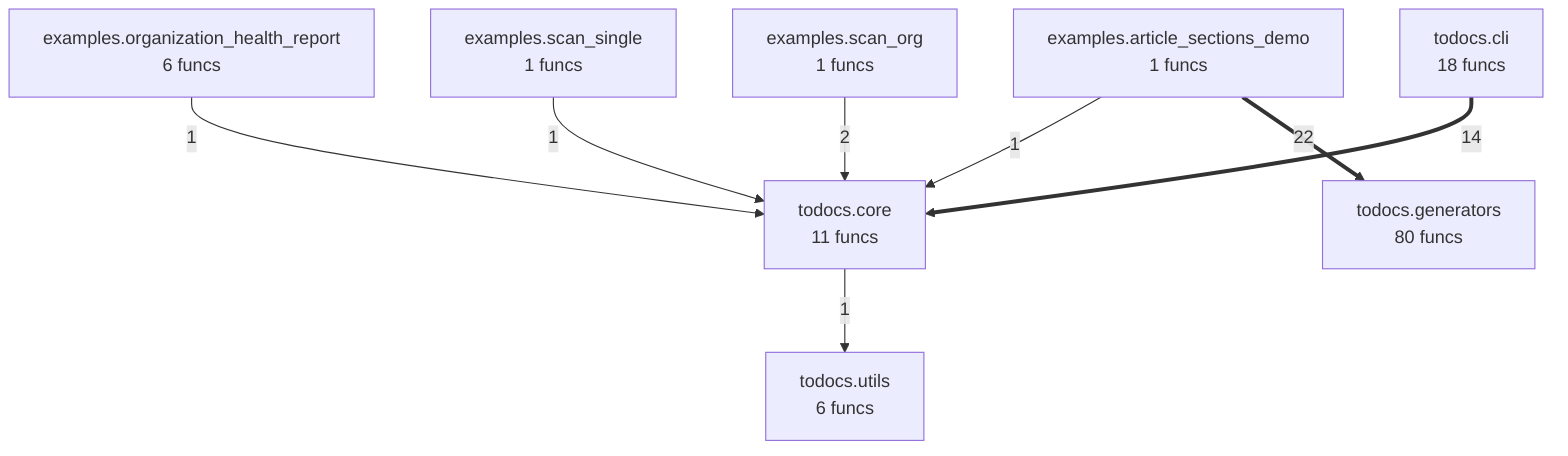
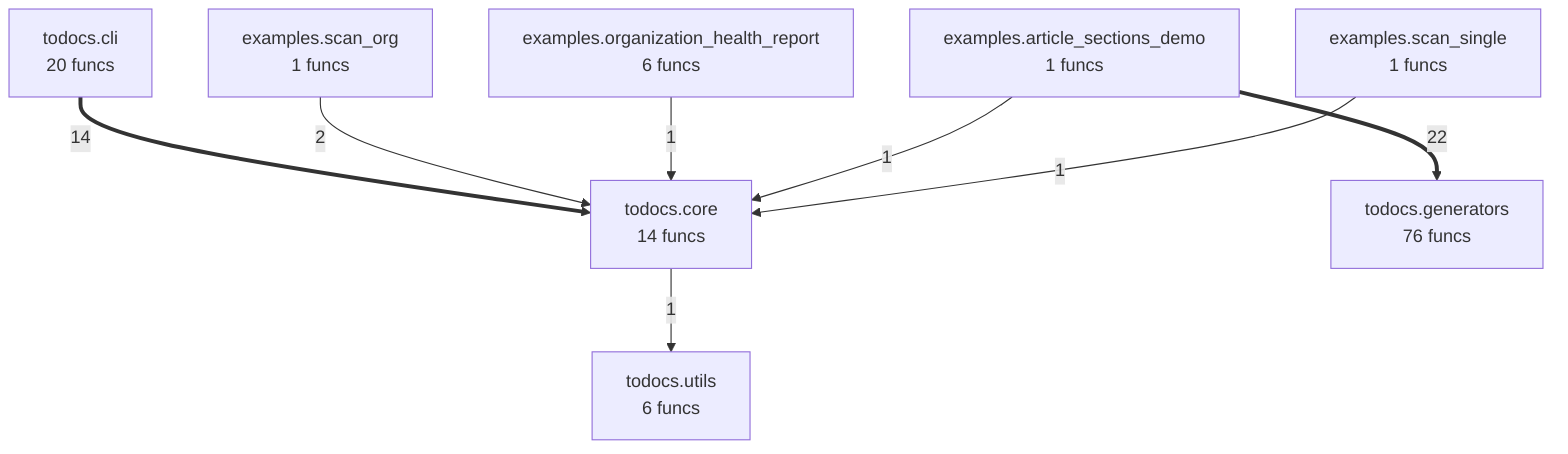
flowchart TD
    examples__article_sections_demo["examples.article_sections_demo<br/>1 funcs"]
    examples__organization_health_report["examples.organization_health_report<br/>6 funcs"]
    examples__scan_org["examples.scan_org<br/>1 funcs"]
    examples__scan_single["examples.scan_single<br/>1 funcs"]
-     todocs__cli["todocs.cli<br/>18 funcs"]
-     todocs__core["todocs.core<br/>11 funcs"]
-     todocs__generators["todocs.generators<br/>80 funcs"]
+     todocs__cli["todocs.cli<br/>20 funcs"]
+     todocs__core["todocs.core<br/>14 funcs"]
+     todocs__generators["todocs.generators<br/>76 funcs"]
    todocs__utils["todocs.utils<br/>6 funcs"]
    examples__article_sections_demo ==>|22| todocs__generators
    todocs__cli ==>|14| todocs__core
    examples__scan_org -->|2| todocs__core
+     examples__organization_health_report -->|1| todocs__core
    examples__article_sections_demo -->|1| todocs__core
    examples__scan_single -->|1| todocs__core
-     examples__organization_health_report -->|1| todocs__core
    todocs__core -->|1| todocs__utils
